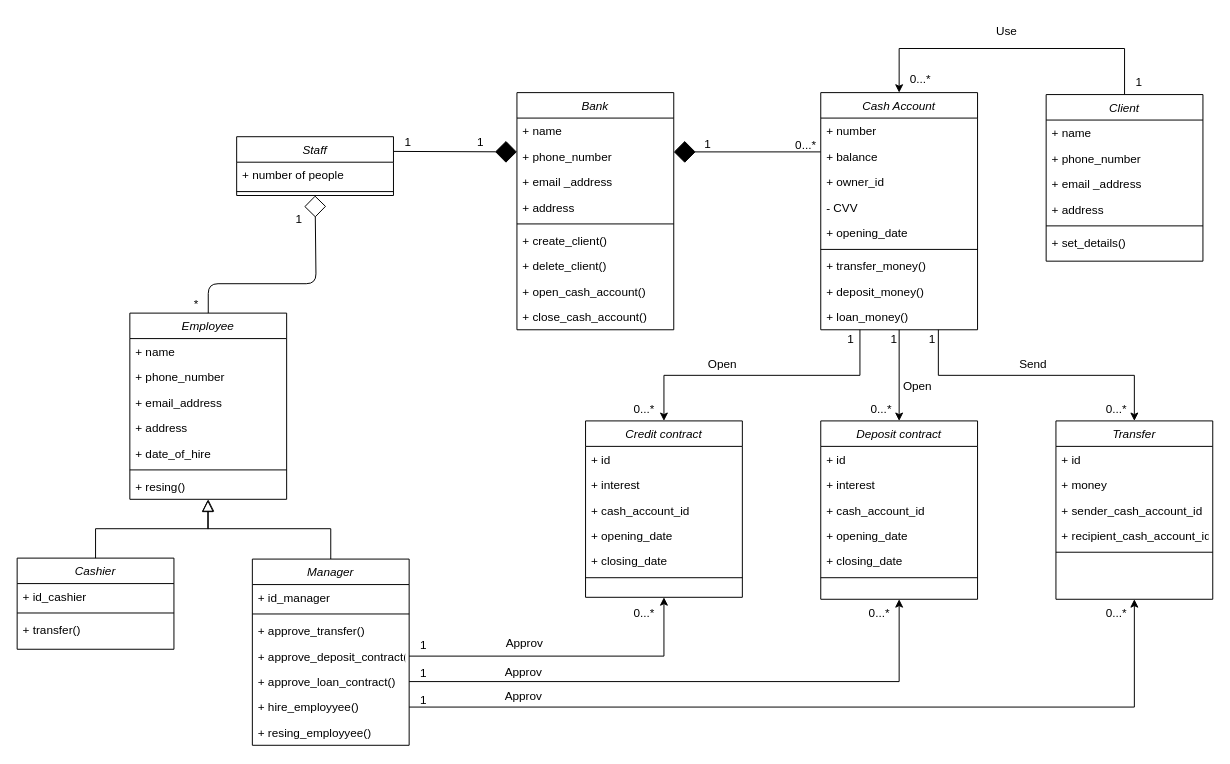
Before: class_code.drawio in YuriiDnistrianskyi/software_documentation_design_patterns, a draw.io diagram. Source tidied: cells renumbered, new cells numbered last; positions are measured from the earlier drawing's top-left corner, leaving out a move shared by most shapes. Both pictures are drawn from the tidied source at 98%, with x=0, y=0 at pixel (17, 17).
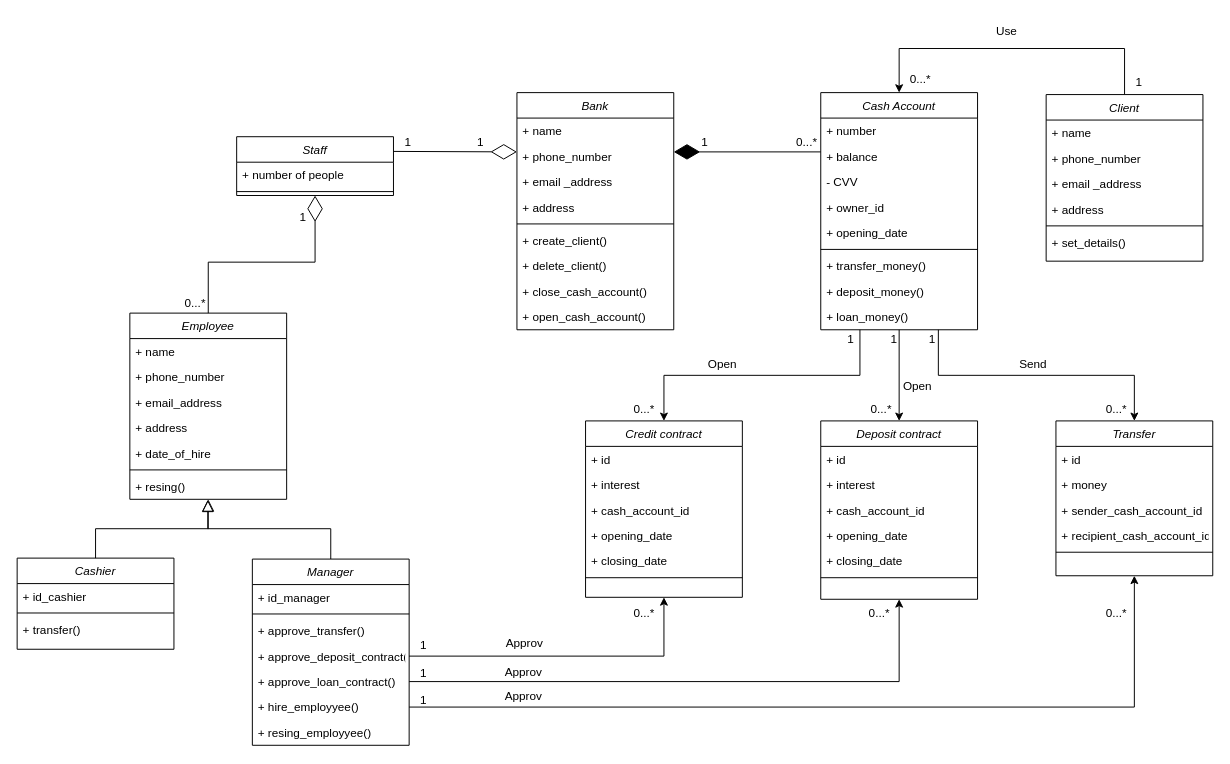
The same page after the edit.

Unchanged cells that the change refers to:
```xml
<mxCell id="6" value="Employee" style="swimlane;fontStyle=2;align=center;verticalAlign=top;horizontal=1;startSize=26;rounded=0;shadow=0;strokeWidth=1;" parent="1" vertex="1">
  <mxGeometry x="115" y="302" width="160" height="190" as="geometry" />
</mxCell>
<mxCell id="26" value="Cash Account" style="swimlane;fontStyle=2;align=center;verticalAlign=top;horizontal=1;startSize=26;rounded=0;shadow=0;strokeWidth=1;" parent="1" vertex="1">
  <mxGeometry x="820" y="77" width="160" height="242" as="geometry" />
</mxCell>
<mxCell id="37" value="Bank" style="swimlane;fontStyle=2;align=center;verticalAlign=top;horizontal=1;startSize=26;rounded=0;shadow=0;strokeWidth=1;" parent="1" vertex="1">
  <mxGeometry x="510" y="77" width="160" height="242" as="geometry" />
</mxCell>
<mxCell id="108" value="&lt;span style=&quot;font-weight: normal;&quot;&gt;&lt;i&gt;Staff&lt;/i&gt;&lt;/span&gt;" style="swimlane;fontStyle=1;align=center;verticalAlign=top;horizontal=1;startSize=26;whiteSpace=wrap;html=1;" parent="1" vertex="1">
  <mxGeometry x="224" y="122" width="160" height="60" as="geometry" />
</mxCell>
```

The edit, as a diff of the source:
```diff
@@
-    <mxCell id="14" value="*" style="text;html=1;whiteSpace=wrap;strokeColor=none;fillColor=none;align=center;verticalAlign=middle;rounded=0;" parent="1" vertex="1">
-      <mxGeometry x="153" y="278" width="60" height="30" as="geometry" />
+    <mxCell id="14" value="0...*" style="text;html=1;whiteSpace=wrap;strokeColor=none;fillColor=none;align=center;verticalAlign=middle;rounded=0;" parent="1" vertex="1">
+      <mxGeometry x="152" y="277" width="60" height="30" as="geometry" />
     </mxCell>
     <mxCell id="15" value="1" style="text;html=1;whiteSpace=wrap;strokeColor=none;fillColor=none;align=center;verticalAlign=middle;rounded=0;" parent="1" vertex="1">
-      <mxGeometry x="273" y="192" width="30" height="30" as="geometry" />
+      <mxGeometry x="277" y="189" width="30" height="30" as="geometry" />
     </mxCell>
@@
+    <mxCell id="30" value="- CVV" style="text;align=left;verticalAlign=top;spacingLeft=4;spacingRight=4;overflow=hidden;rounded=0;shadow=0;html=0;" parent="26" vertex="1">
+      <mxGeometry y="78" width="160" height="26" as="geometry" />
+    </mxCell>
     <mxCell id="29" value="+ owner_id" style="text;align=left;verticalAlign=top;spacingLeft=4;spacingRight=4;overflow=hidden;rounded=0;shadow=0;html=0;" parent="26" vertex="1">
-      <mxGeometry y="78" width="160" height="26" as="geometry" />
+      <mxGeometry y="104" width="160" height="26" as="geometry" />
     </mxCell>
-    <mxCell id="30" value="- CVV" style="text;align=left;verticalAlign=top;spacingLeft=4;spacingRight=4;overflow=hidden;rounded=0;shadow=0;html=0;" parent="26" vertex="1">
-      <mxGeometry y="104" width="160" height="26" as="geometry" />
-    </mxCell>
@@
+    <mxCell id="46" value="+ close_cash_account()" style="text;align=left;verticalAlign=top;spacingLeft=4;spacingRight=4;overflow=hidden;rounded=0;shadow=0;html=0;" parent="37" vertex="1">
+      <mxGeometry y="190" width="160" height="26" as="geometry" />
+    </mxCell>
     <mxCell id="45" value="+ open_cash_account()" style="text;align=left;verticalAlign=top;spacingLeft=4;spacingRight=4;overflow=hidden;" parent="37" vertex="1">
-      <mxGeometry y="190" width="160" height="26" as="geometry" />
+      <mxGeometry y="216" width="160" height="26" as="geometry" />
     </mxCell>
-    <mxCell id="46" value="+ close_cash_account()" style="text;align=left;verticalAlign=top;spacingLeft=4;spacingRight=4;overflow=hidden;rounded=0;shadow=0;html=0;" parent="37" vertex="1">
-      <mxGeometry y="216" width="160" height="26" as="geometry" />
-    </mxCell>
-    <mxCell id="47" style="endArrow=diamond;endFill=1;endSize=20;exitX=1;exitY=0.25;exitDx=0;exitDy=0;entryX=0;entryY=0.25;entryDx=0;entryDy=0;" parent="1" edge="1" source="108" target="37">
-      <mxGeometry relative="1" as="geometry" />
-    </mxCell>
-    <mxCell id="48" style="endArrow=diamond;endFill=0;endSize=20;exitX=0.5;exitY=0;exitDx=0;exitDy=0;entryX=0.5;entryY=1;entryDx=0;entryDy=0;" parent="1" edge="1" source="6" target="108">
-      <mxGeometry relative="1" as="geometry">
-        <Array as="points">
-          <mxPoint x="195" y="272" />
-          <mxPoint x="305" y="272" />
-        </Array>
-      </mxGeometry>
-    </mxCell>
@@
-    <mxCell id="81" style="endArrow=diamond;endFill=1;endSize=20;entryX=1;entryY=0.25;entryDx=0;entryDy=0;exitX=0;exitY=0.25;exitDx=0;exitDy=0;" parent="1" edge="1" source="26" target="37">
-      <mxGeometry relative="1" as="geometry" />
-    </mxCell>
     <mxCell id="82" value="1" style="text;html=1;whiteSpace=wrap;strokeColor=none;fillColor=none;align=center;verticalAlign=middle;rounded=0;" parent="1" vertex="1">
-      <mxGeometry x="690" y="115" width="30" height="30" as="geometry" />
+      <mxGeometry x="687" y="113" width="30" height="30" as="geometry" />
     </mxCell>
@@
     <mxCell id="84" value="0...*" style="text;html=1;whiteSpace=wrap;strokeColor=none;fillColor=none;align=center;verticalAlign=middle;rounded=0;" parent="1" vertex="1">
-      <mxGeometry x="775" y="116" width="60" height="30" as="geometry" />
+      <mxGeometry x="776" y="113" width="60" height="30" as="geometry" />
     </mxCell>
@@
     <mxCell id="86" value="Transfer" style="swimlane;fontStyle=2;align=center;verticalAlign=top;horizontal=1;startSize=26;rounded=0;shadow=0;strokeWidth=1;" parent="1" vertex="1">
-      <mxGeometry x="1060" y="412" width="160" height="182" as="geometry" />
+      <mxGeometry x="1060" y="412" width="160" height="158" as="geometry" />
     </mxCell>
@@
+    <mxCell id="81" style="endArrow=diamondThin;endFill=1;endSize=24;html=1;rounded=0;exitX=0;exitY=0.25;exitDx=0;exitDy=0;entryX=1;entryY=0.25;entryDx=0;entryDy=0;" parent="1" edge="1" source="26" target="37">
+      <mxGeometry relative="1" as="geometry" />
+    </mxCell>
+    <mxCell id="47" style="endArrow=diamondThin;endFill=0;endSize=24;html=1;rounded=0;exitX=1;exitY=0.25;exitDx=0;exitDy=0;entryX=0;entryY=0.25;entryDx=0;entryDy=0;" parent="1" edge="1" source="108" target="37">
+      <mxGeometry relative="1" as="geometry" />
+    </mxCell>
+    <mxCell id="48" style="endArrow=diamondThin;endFill=0;endSize=24;html=1;rounded=0;exitX=0.5;exitY=0;exitDx=0;exitDy=0;entryX=0.5;entryY=1;entryDx=0;entryDy=0;" parent="1" edge="1" source="6" target="108">
+      <mxGeometry relative="1" as="geometry">
+        <Array as="points">
+          <mxPoint x="195" y="250" />
+          <mxPoint x="304" y="250" />
+        </Array>
+      </mxGeometry>
+    </mxCell>
```
